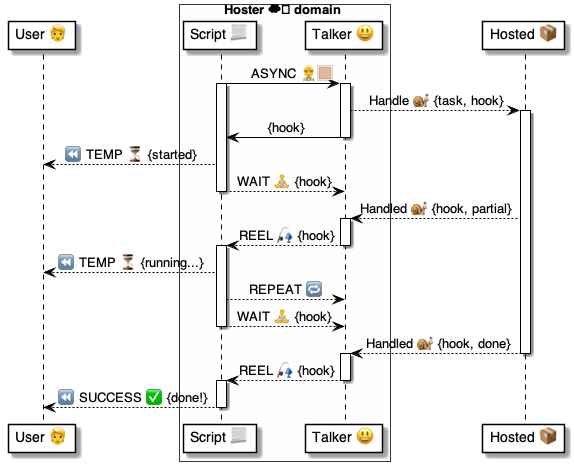
Before: 4 ⚙️ Solution/35 💬 Chats/Talkers 😃/😃⏩ Talker flows/Async Tasks 😃⏩📦/😃 Async ⚙️ uml.png, a diagram exported from PlantUML (pollyweb-org/pollyweb-docs). Its source is kept beside it as 4 ⚙️ Solution/35 💬 Chats/Talkers 😃/😃⏩ Talker flows/Async Tasks 😃⏩📦/😃 Async ⚙️ uml.puml. The source it was exported from:
```plantuml
@startuml Wait

participant "User 🧑" as user
box Hoster ☁️ domain #FFFFFA
    participant "Script 📃" as script
    participant "Talker 😃" as talker
end box
participant "Hosted 📦" as hosted

script -> talker: ASYNC 👷🏼
activate script
activate talker

talker --> hosted:  Handle 🐌 {task, hook}
activate hosted
talker -> script: {hook}
deactivate talker

script --> user: ⏪ TEMP ⏳ {started}

script --> talker: WAIT 🧘 {hook}
deactivate script

hosted --> talker: Handled 🐌 {hook, partial}
activate talker
    talker --> script: REEL 🎣 {hook}
deactivate talker

activate script
    script --> user: ⏪ TEMP ⏳ {running...}
    script --> talker: REPEAT 🔁
    script --> talker: WAIT 🧘 {hook}
deactivate script

    hosted --> talker: Handled 🐌 {hook, done}
deactivate hosted

activate talker
    talker --> script: REEL 🎣 {hook}
deactivate talker

activate script
    script --> user: ⏪ SUCCESS ✅ {done!}
deactivate script

@enduml
```
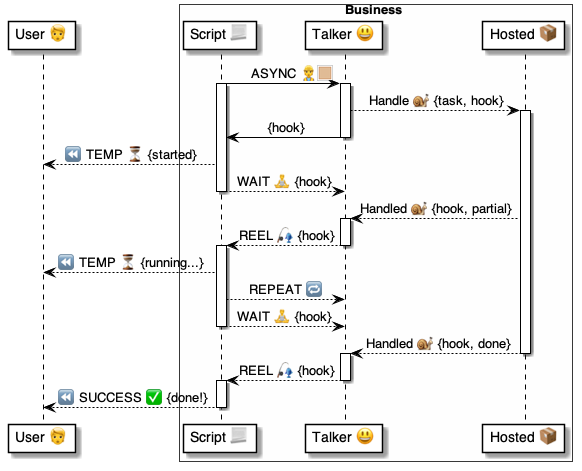
Later version of the same file.

The edit, as a diff of the source:
```diff
@@ -1,11 +1,11 @@
 @startuml Wait
 
 participant "User 🧑" as user
-box Hoster ☁️ domain #FFFFFA
+box Business #FFFFFA
     participant "Script 📃" as script
     participant "Talker 😃" as talker
+    participant "Hosted 📦" as hosted
 end box
-participant "Hosted 📦" as hosted
 
 script -> talker: ASYNC 👷🏼
 activate script
```
